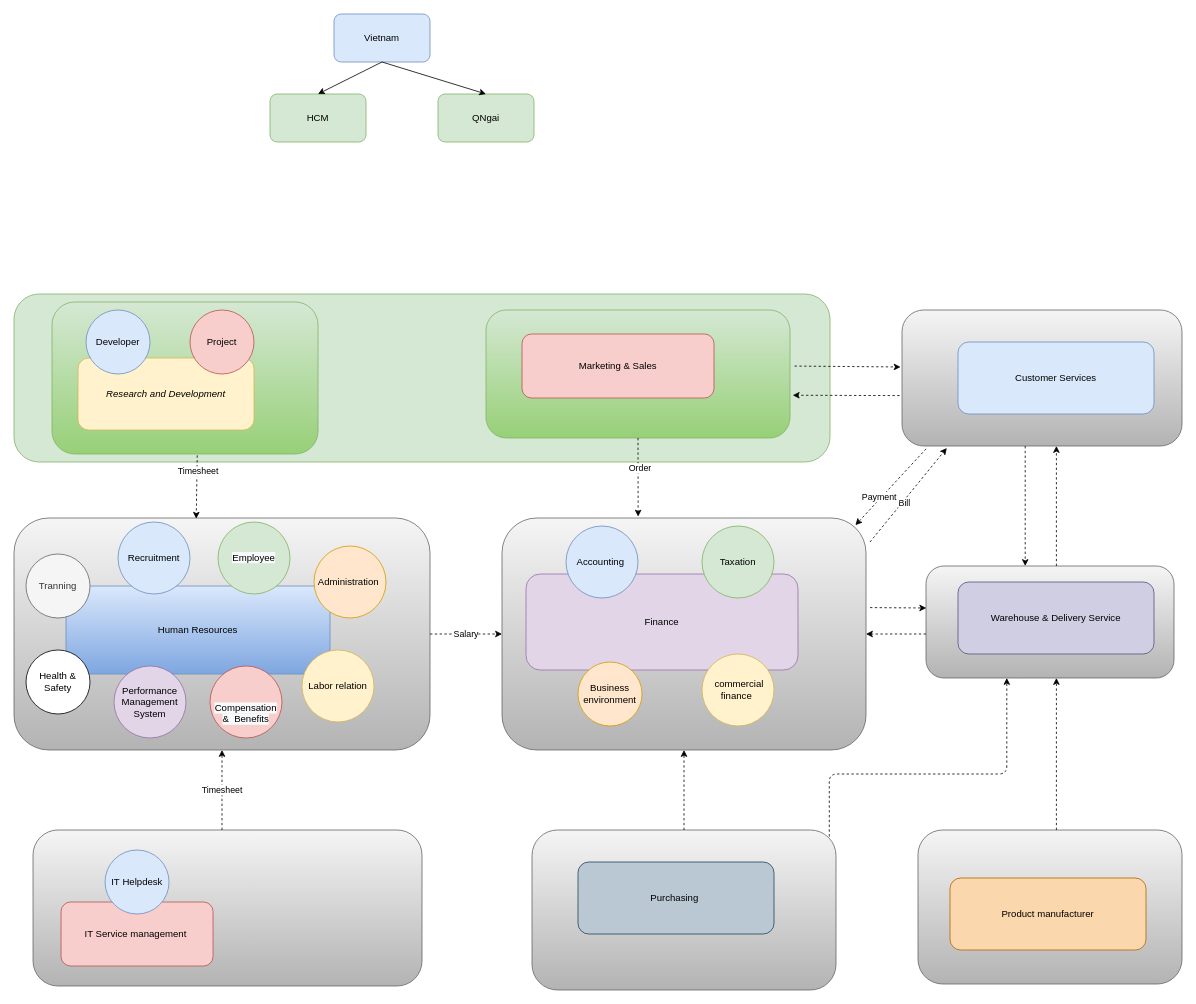
Before: page "Org_Chart" (1 of 3) of 04_docs/Department_Organizational_chart.drawio in letrthong/business, a draw.io diagram. Source tidied: cells renumbered, new cells numbered last; positions are measured from the earlier drawing's top-left corner, leaving out a move shared by most shapes. Both pictures are drawn from the tidied source at 80%, with x=0, y=0 at pixel (14, 14).
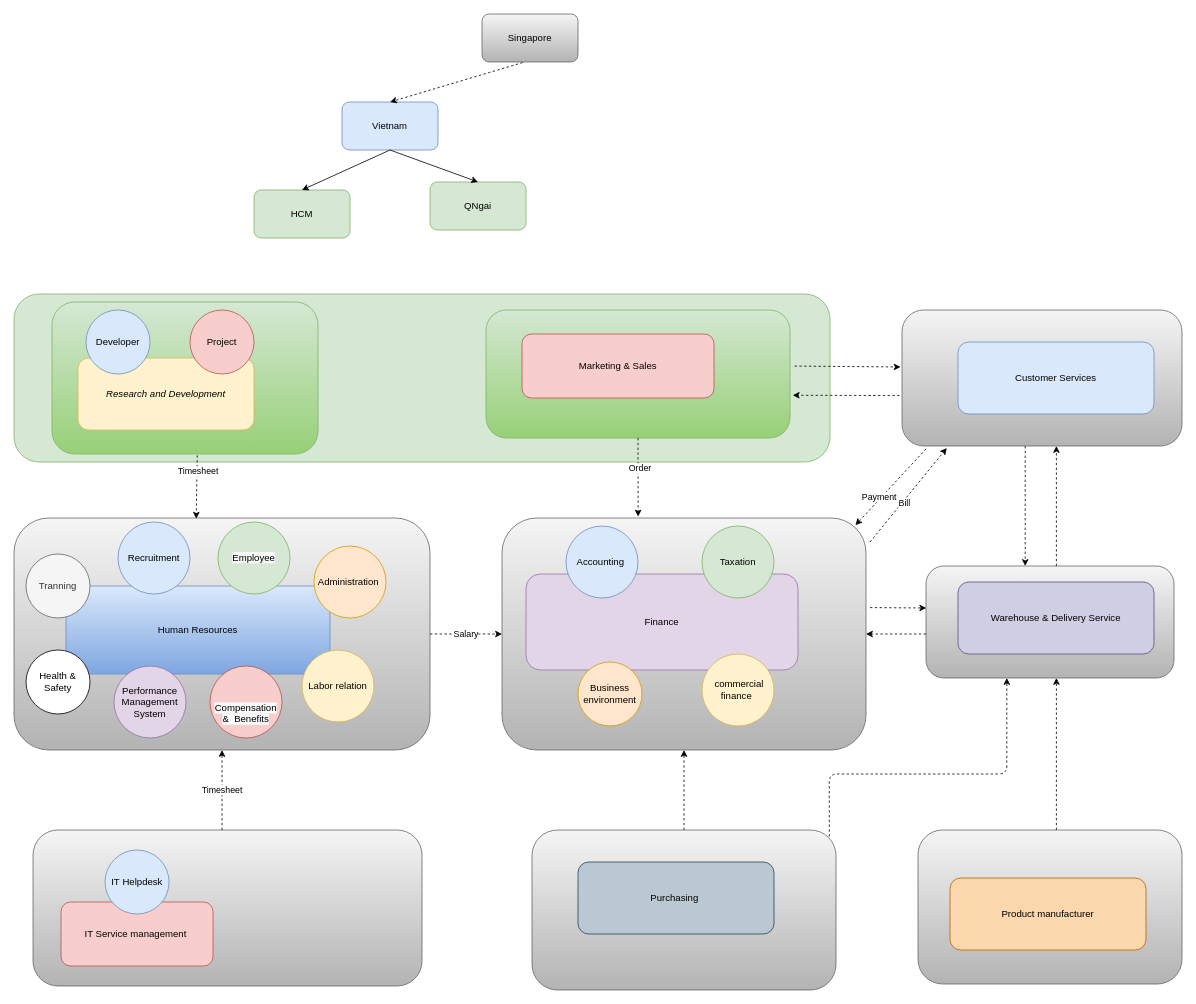
Above is the later version.

The edit, as a diff of the source:
```diff
@@
     <mxCell id="12" value="Vietnam" style="rounded=1;whiteSpace=wrap;html=1;fillColor=#dae8fc;strokeColor=#6c8ebf;" parent="1" vertex="1">
-      <mxGeometry x="400" width="120" height="60" as="geometry" />
+      <mxGeometry x="410" y="110" width="120" height="60" as="geometry" />
     </mxCell>
     <mxCell id="13" value="QNgai" style="rounded=1;whiteSpace=wrap;html=1;fillColor=#d5e8d4;strokeColor=#82b366;" parent="1" vertex="1">
-      <mxGeometry x="530" y="100" width="120" height="60" as="geometry" />
+      <mxGeometry x="520" y="210" width="120" height="60" as="geometry" />
     </mxCell>
     <mxCell id="14" value="HCM" style="rounded=1;whiteSpace=wrap;html=1;fillColor=#d5e8d4;strokeColor=#82b366;" parent="1" vertex="1">
-      <mxGeometry x="320" y="100" width="120" height="60" as="geometry" />
+      <mxGeometry x="300" y="220" width="120" height="60" as="geometry" />
     </mxCell>
@@
+    <mxCell id="60" value="Singapore " style="rounded=1;whiteSpace=wrap;html=1;fillColor=#f5f5f5;strokeColor=#666666;gradientColor=#b3b3b3;" parent="1" vertex="1">
+      <mxGeometry x="585" width="120" height="60" as="geometry" />
+    </mxCell>
+    <mxCell id="61" style="endArrow=classic;html=1;dashed=1;exitX=0.423;exitY=1.012;exitDx=0;exitDy=0;exitPerimeter=0;entryX=0.5;entryY=0;entryDx=0;entryDy=0;" parent="1" edge="1" source="60" target="12">
+      <mxGeometry relative="1" as="geometry" />
+    </mxCell>
```
